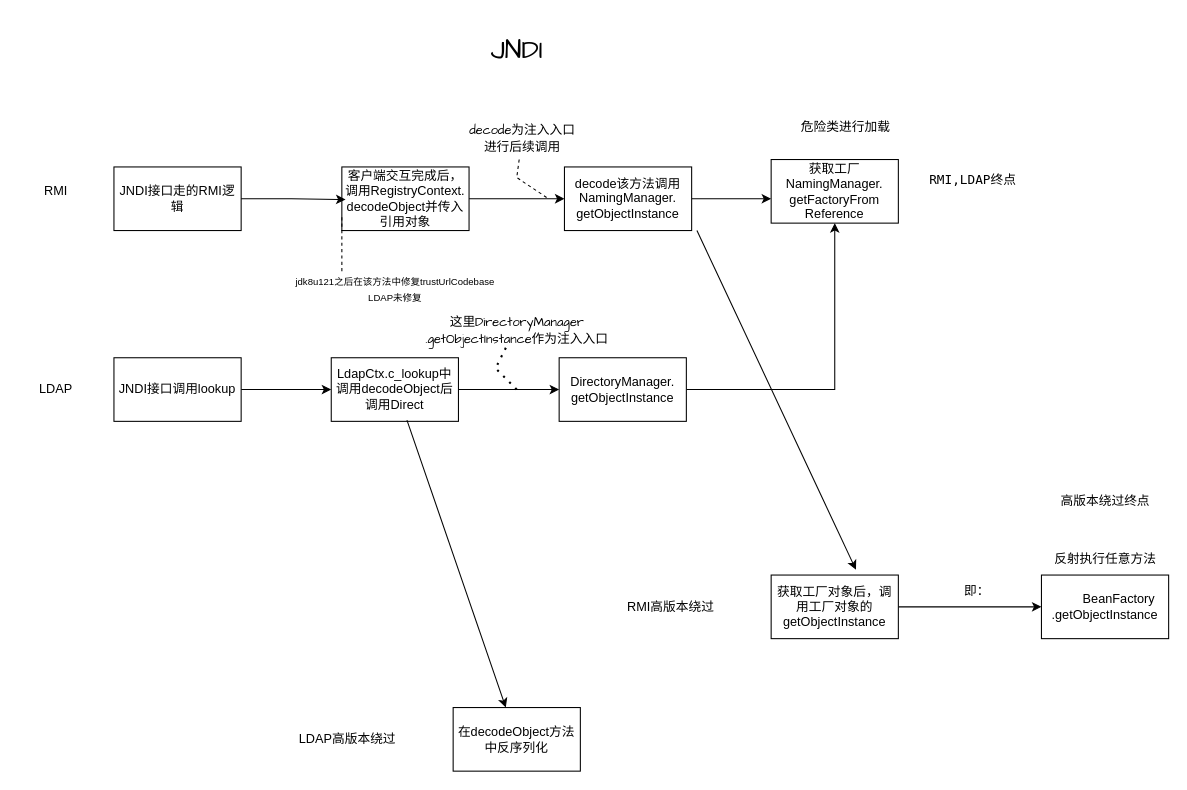
This is java_security.drawio from bxhhf/first-repo, a draw.io file, before an edit. Source tidied: cells renumbered, new cells numbered last; positions are measured from the earlier drawing's top-left corner, leaving out a move shared by most shapes. Both pictures are drawn from the tidied source at 106%, with x=0, y=0 at pixel (29, 18).
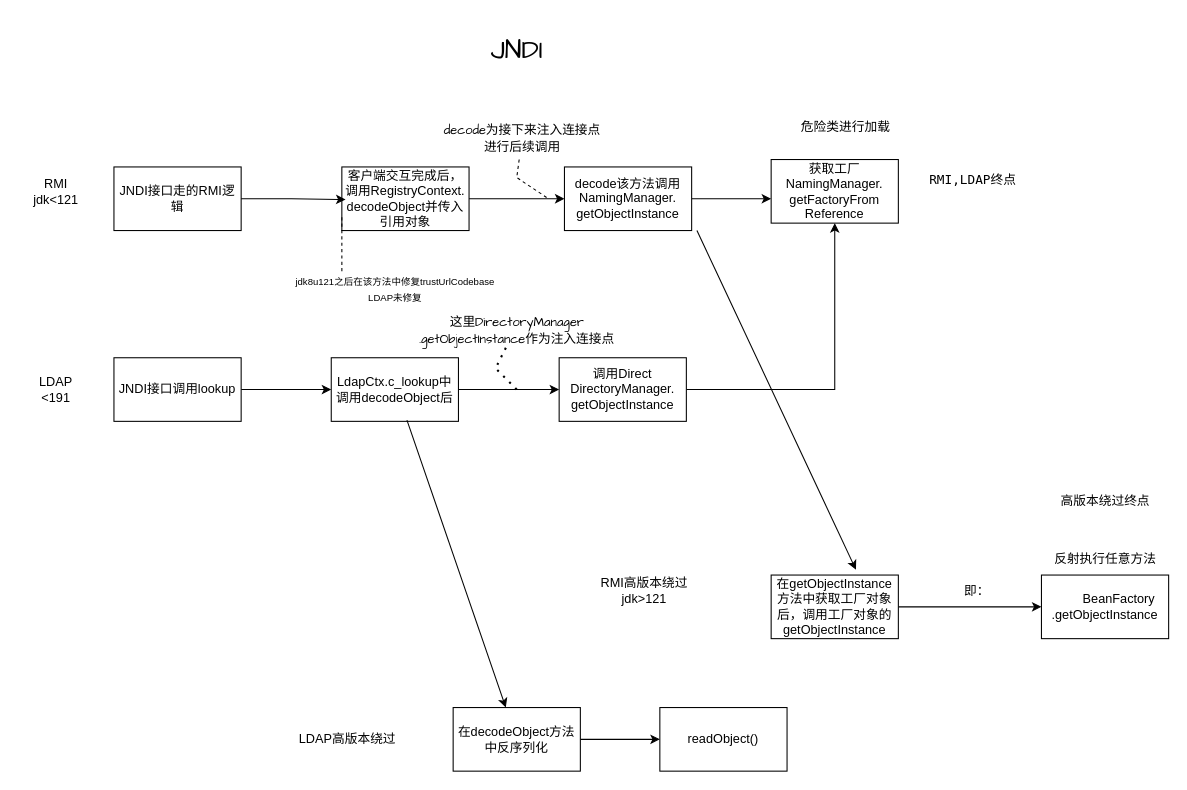
The same page after the edit.

The change refers to these unchanged cells:
```xml
<mxCell id="35" value="在decodeObject方法中反序列化" style="rounded=0;whiteSpace=wrap;html=1;" parent="1" vertex="1">
  <mxGeometry x="400" y="650" width="120" height="60" as="geometry" />
</mxCell>
```

Diff of the diagram source:
```diff
@@
-    <mxCell id="14" value="RMI" style="text;html=1;align=center;verticalAlign=middle;strokeColor=none;fillColor=none;" parent="1" vertex="1">
-      <mxGeometry y="148" width="50" height="30" as="geometry" />
+    <mxCell id="14" value="RMI&lt;div&gt;jdk&amp;lt;121&lt;/div&gt;" style="text;html=1;align=center;verticalAlign=middle;strokeColor=none;fillColor=none;" parent="1" vertex="1">
+      <mxGeometry x="-10" y="143" width="70" height="40" as="geometry" />
     </mxCell>
-    <mxCell id="15" value="LDAP" style="text;html=1;align=center;verticalAlign=middle;strokeColor=none;fillColor=none;" parent="1" vertex="1">
-      <mxGeometry y="335" width="50" height="30" as="geometry" />
+    <mxCell id="15" value="LDAP&lt;div&gt;&amp;lt;191&lt;/div&gt;" style="text;html=1;align=center;verticalAlign=middle;strokeColor=none;fillColor=none;" parent="1" vertex="1">
+      <mxGeometry y="330" width="50" height="40" as="geometry" />
     </mxCell>
@@
-    <mxCell id="17" value="LdapCtx.c_lookup中调用decodeObject&lt;font style=&quot;color: light-dark(rgb(0, 0, 0), rgb(255, 0, 0));&quot;&gt;后&lt;/font&gt;调用Direct" style="rounded=0;whiteSpace=wrap;html=1;" parent="1" vertex="1">
+    <mxCell id="17" value="LdapCtx.c_lookup中调用decodeObject&lt;font style=&quot;color: light-dark(rgb(0, 0, 0), rgb(255, 0, 0));&quot;&gt;后&lt;/font&gt;" style="rounded=0;whiteSpace=wrap;html=1;" parent="1" vertex="1">
       <mxGeometry x="285" y="320" width="120" height="60" as="geometry" />
     </mxCell>
-    <mxCell id="18" value="&lt;font face=&quot;Comic Sans MS&quot; style=&quot;color: light-dark(rgb(0, 0, 0), rgb(255, 0, 0));&quot;&gt;decode为注入入口&lt;/font&gt;&lt;div&gt;&lt;font face=&quot;Comic Sans MS&quot; style=&quot;color: light-dark(rgb(0, 0, 0), rgb(255, 0, 0));&quot;&gt;进行后续调用&lt;/font&gt;&lt;/div&gt;" style="text;html=1;align=center;verticalAlign=middle;points=[];strokeColor=none;fillColor=none;" parent="1" vertex="1">
-      <mxGeometry x="405" y="93" width="120" height="40" as="geometry" />
+    <mxCell id="18" value="&lt;font face=&quot;Comic Sans MS&quot; style=&quot;color: light-dark(rgb(0, 0, 0), rgb(255, 0, 0));&quot;&gt;decode为接下来注入连接点&lt;/font&gt;&lt;div&gt;&lt;font face=&quot;Comic Sans MS&quot; style=&quot;color: light-dark(rgb(0, 0, 0), rgb(255, 0, 0));&quot;&gt;进行后续调用&lt;/font&gt;&lt;/div&gt;" style="text;html=1;align=center;verticalAlign=middle;points=[];strokeColor=none;fillColor=none;" parent="1" vertex="1">
+      <mxGeometry x="380" y="93" width="170" height="40" as="geometry" />
     </mxCell>
@@
-    <mxCell id="20" value="DirectoryManager.&lt;div&gt;getObjectInstance&lt;/div&gt;" style="rounded=0;whiteSpace=wrap;html=1;" parent="1" vertex="1">
+    <mxCell id="20" value="调用Direct&lt;div&gt;DirectoryManager.&lt;div&gt;getObjectInstance&lt;/div&gt;&lt;/div&gt;" style="rounded=0;whiteSpace=wrap;html=1;" parent="1" vertex="1">
       <mxGeometry x="500" y="320" width="120" height="60" as="geometry" />
     </mxCell>
-    <mxCell id="21" value="&lt;font face=&quot;Comic Sans MS&quot; style=&quot;color: light-dark(rgb(0, 0, 0), rgb(255, 51, 51));&quot;&gt;这里DirectoryManager&lt;/font&gt;&lt;div&gt;&lt;font face=&quot;Comic Sans MS&quot; style=&quot;color: light-dark(rgb(0, 0, 0), rgb(255, 51, 51));&quot;&gt;.getObjectInstance作为注入入口&lt;/font&gt;&lt;/div&gt;" style="text;html=1;align=center;verticalAlign=middle;strokeColor=none;fillColor=none;" parent="1" vertex="1">
-      <mxGeometry x="355" y="275" width="210" height="40" as="geometry" />
+    <mxCell id="21" value="&lt;font face=&quot;Comic Sans MS&quot; style=&quot;color: light-dark(rgb(0, 0, 0), rgb(255, 51, 51));&quot;&gt;这里DirectoryManager&lt;/font&gt;&lt;div&gt;&lt;font face=&quot;Comic Sans MS&quot; style=&quot;color: light-dark(rgb(0, 0, 0), rgb(255, 51, 51));&quot;&gt;.getObjectInstance作为注入连接点&lt;/font&gt;&lt;/div&gt;" style="text;html=1;align=center;verticalAlign=middle;strokeColor=none;fillColor=none;" parent="1" vertex="1">
+      <mxGeometry x="350" y="275" width="220" height="40" as="geometry" />
     </mxCell>
@@
-    <mxCell id="24" value="&lt;font style=&quot;color: light-dark(rgb(0, 0, 0), rgb(0, 255, 255));&quot;&gt;RMI高版本绕过&lt;/font&gt;" style="text;html=1;align=center;verticalAlign=middle;strokeColor=none;fillColor=none;" parent="1" vertex="1">
-      <mxGeometry x="550" y="540" width="110" height="30" as="geometry" />
+    <mxCell id="24" value="&lt;font style=&quot;color: light-dark(rgb(0, 0, 0), rgb(0, 255, 255));&quot;&gt;RMI高版本绕过&lt;/font&gt;&lt;div&gt;&lt;font style=&quot;color: light-dark(rgb(0, 0, 0), rgb(0, 255, 255));&quot;&gt;jdk&amp;gt;121&lt;/font&gt;&lt;/div&gt;" style="text;html=1;align=center;verticalAlign=middle;strokeColor=none;fillColor=none;" parent="1" vertex="1">
+      <mxGeometry x="525" y="520" width="110" height="40" as="geometry" />
     </mxCell>
@@
-    <mxCell id="27" value="&lt;font style=&quot;color: light-dark(rgb(0, 0, 0), rgb(102, 255, 255));&quot;&gt;获取工厂对象后，调用工厂对象的getObjectInstance&lt;/font&gt;" style="rounded=0;whiteSpace=wrap;html=1;" parent="1" vertex="1">
+    <mxCell id="27" value="&lt;font style=&quot;color: light-dark(rgb(0, 0, 0), rgb(102, 255, 255));&quot;&gt;在getObjectInstance方法中获取工厂对象后，调用工厂对象的getObjectInstance&lt;/font&gt;" style="rounded=0;whiteSpace=wrap;html=1;" parent="1" vertex="1">
       <mxGeometry x="700" y="525" width="120" height="60" as="geometry" />
     </mxCell>
@@
+    <mxCell id="37" style="edgeStyle=orthogonalEdgeStyle;rounded=0;jettySize=auto;html=1;" parent="1" edge="1" source="35" target="38">
+      <mxGeometry relative="1" as="geometry" />
+    </mxCell>
@@
+    <mxCell id="38" value="readObject()" style="rounded=0;whiteSpace=wrap;html=1;" parent="1" vertex="1">
+      <mxGeometry x="595" y="650" width="120" height="60" as="geometry" />
+    </mxCell>
```
